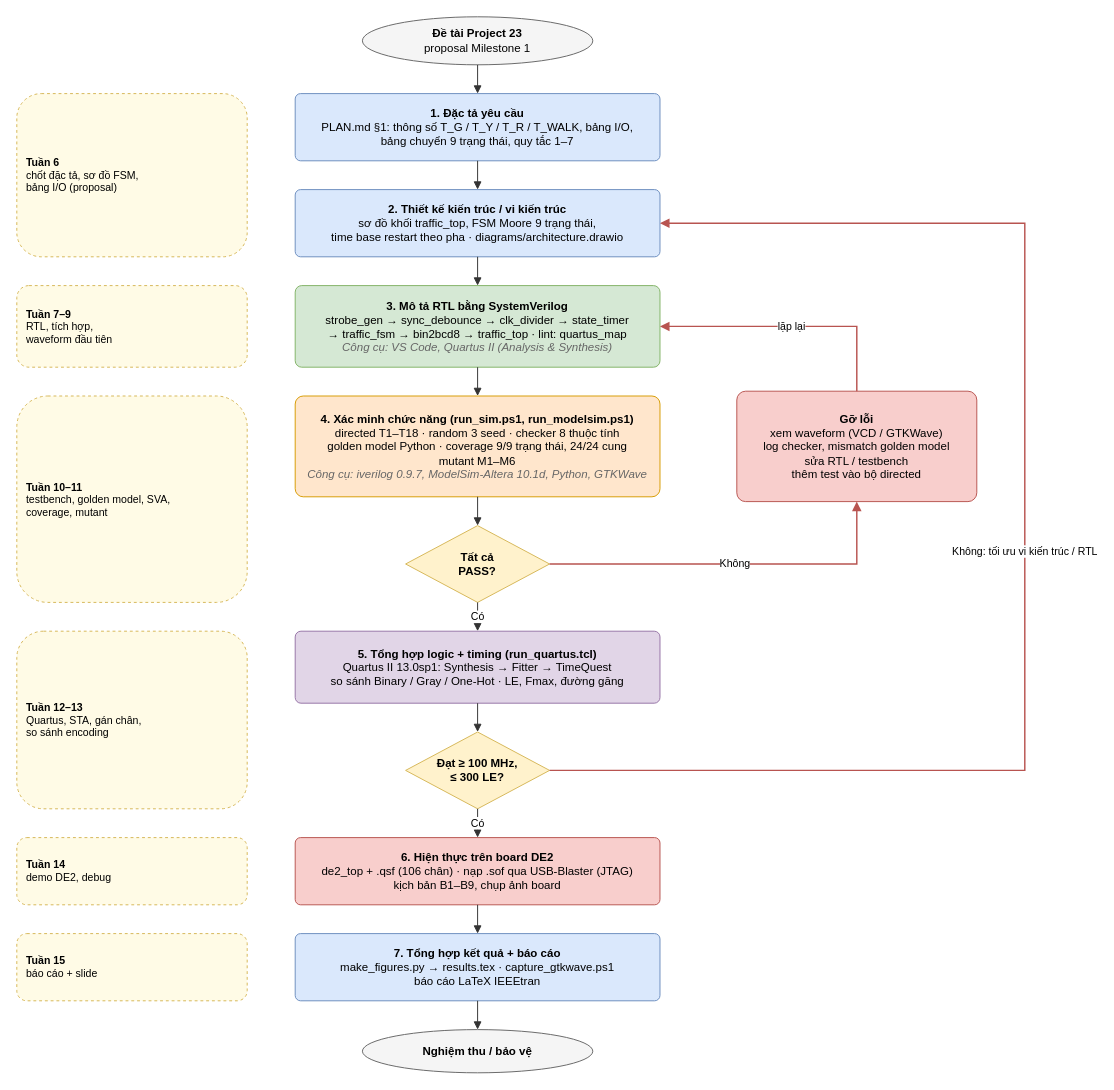
The draw.io diagram diagrams/design_flow.drawio in danhle396/ICSo, before the edit. Source tidied: cells renumbered, new cells numbered last; positions are measured from the earlier drawing's top-left corner, leaving out a move shared by most shapes. Both pictures are drawn from the tidied source at 96%, with x=0, y=0 at pixel (16, 16).
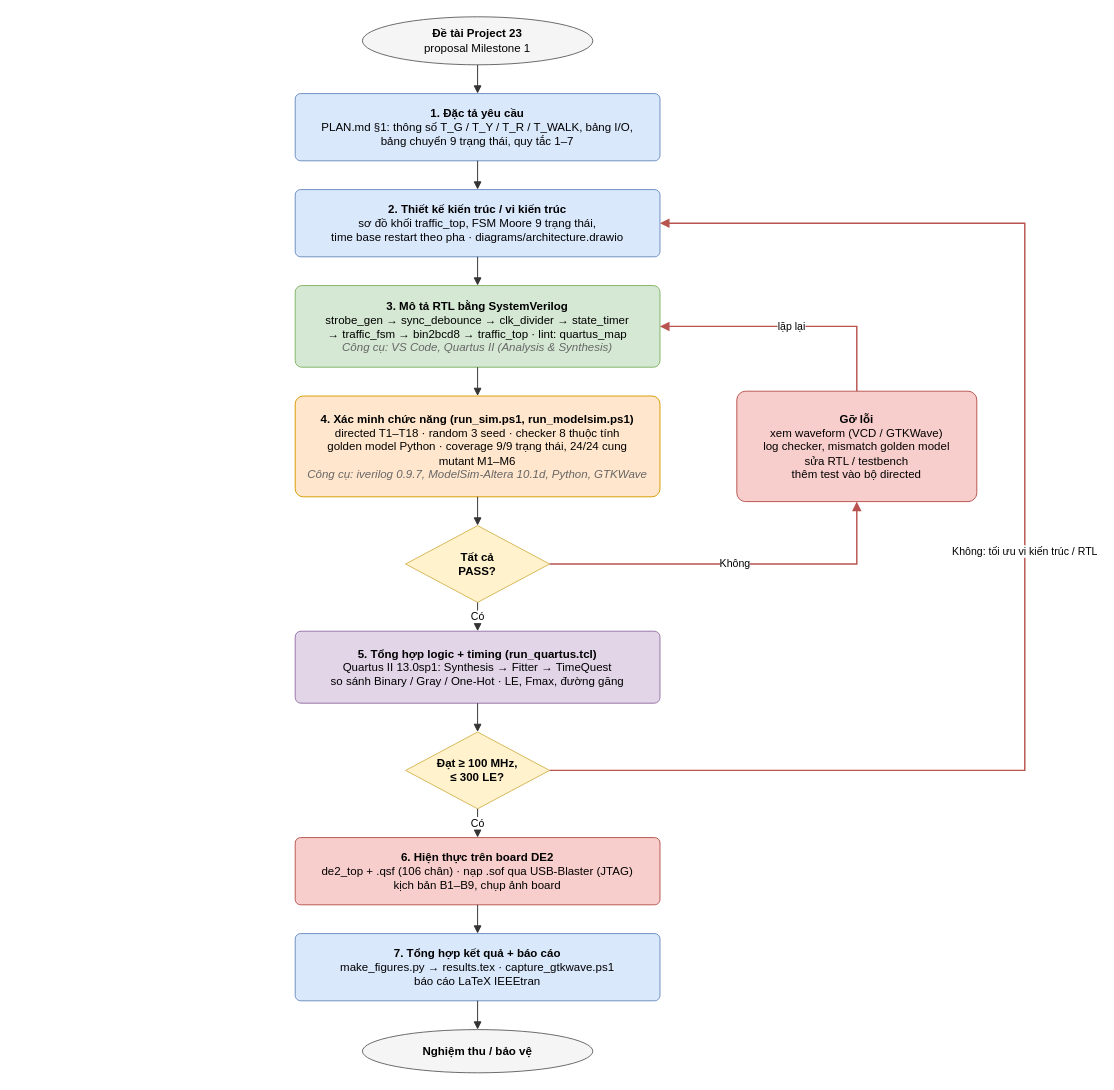
The same diagram, later.

Commit message (it also covers changes not shown here):
Project 23: drop the week timeline column from the design-flow diagram

Removes the Tuan 6-15 schedule boxes and shifts the flow left so the
figure has no empty margin; PNG updated to match.

Change to the diagram source:
```diff
@@
-    <mxCell id="14" value="&lt;b&gt;Tuần 6&lt;/b&gt;&lt;br&gt;chốt đặc tả, sơ đồ FSM,&lt;br&gt;bảng I/O (proposal)" style="rounded=1;whiteSpace=wrap;html=1;fillColor=#fffbe6;strokeColor=#d6b656;dashed=1;fontSize=11;align=left;spacingLeft=8;verticalAlign=middle;" parent="1" vertex="1">
-      <mxGeometry y="80" width="240" height="170" as="geometry" />
-    </mxCell>
-    <mxCell id="15" value="&lt;b&gt;Tuần 7–9&lt;/b&gt;&lt;br&gt;RTL, tích hợp,&lt;br&gt;waveform đầu tiên" style="rounded=1;whiteSpace=wrap;html=1;fillColor=#fffbe6;strokeColor=#d6b656;dashed=1;fontSize=11;align=left;spacingLeft=8;verticalAlign=middle;" parent="1" vertex="1">
-      <mxGeometry y="280" width="240" height="85" as="geometry" />
-    </mxCell>
-    <mxCell id="16" value="&lt;b&gt;Tuần 10–11&lt;/b&gt;&lt;br&gt;testbench, golden model, SVA,&lt;br&gt;coverage, mutant" style="rounded=1;whiteSpace=wrap;html=1;fillColor=#fffbe6;strokeColor=#d6b656;dashed=1;fontSize=11;align=left;spacingLeft=8;verticalAlign=middle;" parent="1" vertex="1">
-      <mxGeometry y="395" width="240" height="215" as="geometry" />
-    </mxCell>
-    <mxCell id="17" value="&lt;b&gt;Tuần 12–13&lt;/b&gt;&lt;br&gt;Quartus, STA, gán chân,&lt;br&gt;so sánh encoding" style="rounded=1;whiteSpace=wrap;html=1;fillColor=#fffbe6;strokeColor=#d6b656;dashed=1;fontSize=11;align=left;spacingLeft=8;verticalAlign=middle;" parent="1" vertex="1">
-      <mxGeometry y="640" width="240" height="185" as="geometry" />
-    </mxCell>
-    <mxCell id="18" value="&lt;b&gt;Tuần 14&lt;/b&gt;&lt;br&gt;demo DE2, debug" style="rounded=1;whiteSpace=wrap;html=1;fillColor=#fffbe6;strokeColor=#d6b656;dashed=1;fontSize=11;align=left;spacingLeft=8;verticalAlign=middle;" parent="1" vertex="1">
-      <mxGeometry y="855" width="240" height="70" as="geometry" />
-    </mxCell>
-    <mxCell id="19" value="&lt;b&gt;Tuần 15&lt;/b&gt;&lt;br&gt;báo cáo + slide" style="rounded=1;whiteSpace=wrap;html=1;fillColor=#fffbe6;strokeColor=#d6b656;dashed=1;fontSize=11;align=left;spacingLeft=8;verticalAlign=middle;" parent="1" vertex="1">
-      <mxGeometry y="955" width="240" height="70" as="geometry" />
-    </mxCell>
```
